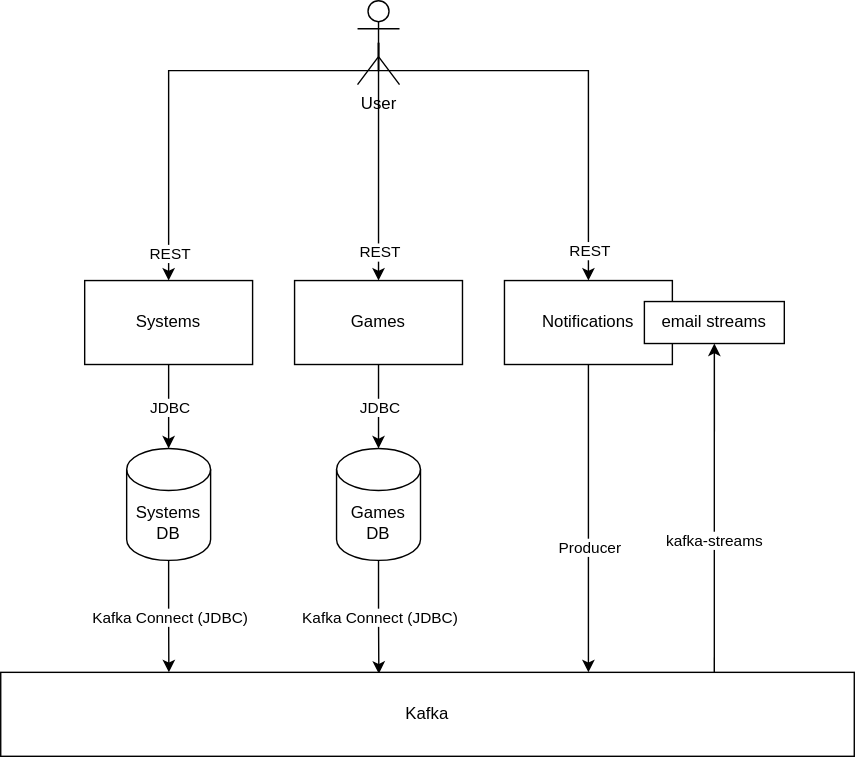
The draw.io diagram .docs/images/architecture.svg in icoffiel/kafka-game, before a commit. Source tidied: cells renumbered, new cells last; positions are measured from the earlier drawing's top-left corner, leaving out a move shared by most shapes.
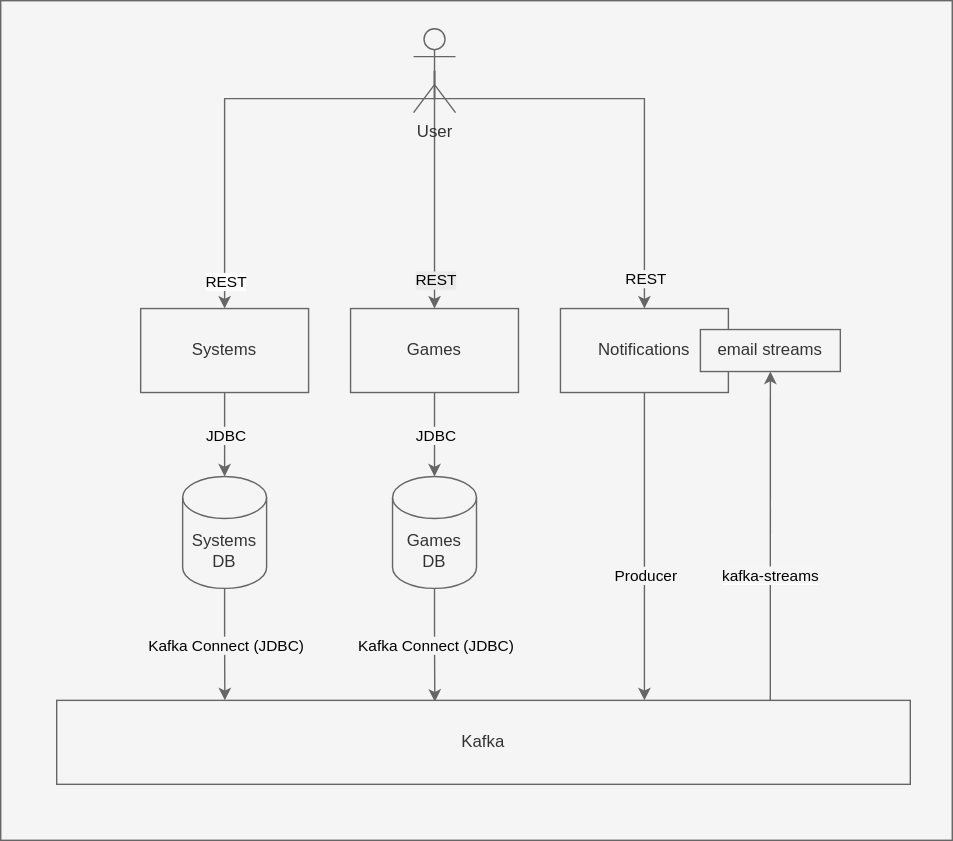
Above is the later version.

What changed in the source:
```diff
@@ -2,29 +2,32 @@
   <root>
     <mxCell id="0" />
     <mxCell id="1" parent="0" />
+    <mxCell id="28" style="rounded=0;whiteSpace=wrap;html=1;fillColor=#f5f5f5;strokeColor=#666666;glass=0;sketch=0;shadow=0;fillStyle=auto;fontColor=#333333;" parent="1" vertex="1">
+      <mxGeometry x="-40" y="-20" width="680" height="600" as="geometry" />
+    </mxCell>
-    <mxCell id="2" style="edgeStyle=orthogonalEdgeStyle;rounded=0;jettySize=auto;html=1;exitX=0.5;exitY=1;exitDx=0;exitDy=0;entryX=0.5;entryY=0;entryDx=0;entryDy=0;entryPerimeter=0;" parent="1" edge="1" source="4" target="7">
+    <mxCell id="2" style="edgeStyle=orthogonalEdgeStyle;rounded=0;jettySize=auto;html=1;exitX=0.5;exitY=1;exitDx=0;exitDy=0;entryX=0.5;entryY=0;entryDx=0;entryDy=0;entryPerimeter=0;labelBorderColor=none;fillColor=#f5f5f5;strokeColor=#666666;" parent="1" edge="1" source="4" target="7">
       <mxGeometry relative="1" as="geometry" />
     </mxCell>
-    <mxCell id="3" value="JDBC" style="edgeLabel;html=1;align=center;verticalAlign=middle;" parent="2" vertex="1">
+    <mxCell id="3" value="JDBC" style="edgeLabel;html=1;align=center;verticalAlign=middle;labelBorderColor=none;fontColor=#000000;labelBackgroundColor=#F5F5F5;" parent="2" vertex="1">
       <mxGeometry x="0.2" relative="1" as="geometry">
         <mxPoint y="-6" as="offset" />
       </mxGeometry>
     </mxCell>
-    <mxCell id="4" value="Systems" style="rounded=0;whiteSpace=wrap;html=1;" parent="1" vertex="1">
+    <mxCell id="4" value="Systems" style="rounded=0;whiteSpace=wrap;html=1;labelBorderColor=none;fillColor=#f5f5f5;fontColor=#333333;strokeColor=#666666;" parent="1" vertex="1">
       <mxGeometry x="60" y="200" width="120" height="60" as="geometry" />
     </mxCell>
-    <mxCell id="5" style="edgeStyle=orthogonalEdgeStyle;rounded=0;jettySize=auto;html=1;exitX=0.5;exitY=1;exitDx=0;exitDy=0;exitPerimeter=0;entryX=0.197;entryY=0;entryDx=0;entryDy=0;entryPerimeter=0;" parent="1" edge="1" source="7" target="19">
+    <mxCell id="5" style="edgeStyle=orthogonalEdgeStyle;rounded=0;jettySize=auto;html=1;exitX=0.5;exitY=1;exitDx=0;exitDy=0;exitPerimeter=0;entryX=0.197;entryY=0;entryDx=0;entryDy=0;entryPerimeter=0;labelBorderColor=none;fillColor=#f5f5f5;strokeColor=#666666;" parent="1" edge="1" source="7" target="19">
       <mxGeometry relative="1" as="geometry" />
     </mxCell>
-    <mxCell id="6" value="Kafka Connect (JDBC)" style="edgeLabel;html=1;align=center;verticalAlign=middle;" parent="5" vertex="1">
+    <mxCell id="6" value="Kafka Connect (JDBC)" style="edgeLabel;html=1;align=center;verticalAlign=middle;labelBorderColor=none;fontColor=#000000;labelBackgroundColor=#F5F5F5;" parent="5" vertex="1">
       <mxGeometry x="-0.09" relative="1" as="geometry">
         <mxPoint y="4" as="offset" />
       </mxGeometry>
     </mxCell>
-    <mxCell id="7" value="Systems DB" style="shape=cylinder3;whiteSpace=wrap;html=1;boundedLbl=1;backgroundOutline=1;size=15;" parent="1" vertex="1">
+    <mxCell id="7" value="Systems DB" style="shape=cylinder3;whiteSpace=wrap;html=1;boundedLbl=1;backgroundOutline=1;size=15;labelBorderColor=none;fillColor=#f5f5f5;fontColor=#333333;strokeColor=#666666;" parent="1" vertex="1">
       <mxGeometry x="90" y="320" width="60" height="80" as="geometry" />
     </mxCell>
-    <mxCell id="8" style="edgeStyle=orthogonalEdgeStyle;rounded=0;jettySize=auto;html=1;exitX=0.5;exitY=0.5;exitDx=0;exitDy=0;exitPerimeter=0;entryX=0.5;entryY=0;entryDx=0;entryDy=0;" parent="1" edge="1" source="12" target="4">
+    <mxCell id="8" style="edgeStyle=orthogonalEdgeStyle;rounded=0;jettySize=auto;html=1;exitX=0.5;exitY=0.5;exitDx=0;exitDy=0;exitPerimeter=0;entryX=0.5;entryY=0;entryDx=0;entryDy=0;labelBorderColor=none;fillColor=#f5f5f5;strokeColor=#666666;" parent="1" edge="1" source="12" target="4">
       <mxGeometry relative="1" as="geometry">
         <Array as="points">
           <mxPoint x="270" y="50" />
@@ -32,51 +35,51 @@
         </Array>
       </mxGeometry>
     </mxCell>
-    <mxCell id="9" value="REST" style="edgeLabel;html=1;align=center;verticalAlign=middle;" parent="8" vertex="1">
+    <mxCell id="9" value="REST" style="edgeLabel;html=1;align=center;verticalAlign=middle;labelBorderColor=none;fontColor=#000000;labelBackgroundColor=#FCFCFC;" parent="8" vertex="1">
       <mxGeometry x="0.36" y="-1" relative="1" as="geometry">
         <mxPoint x="1" y="82" as="offset" />
       </mxGeometry>
     </mxCell>
-    <mxCell id="10" style="edgeStyle=orthogonalEdgeStyle;rounded=0;jettySize=auto;html=1;exitX=0.5;exitY=0.5;exitDx=0;exitDy=0;exitPerimeter=0;" parent="1" edge="1" source="12" target="15">
+    <mxCell id="10" style="edgeStyle=orthogonalEdgeStyle;rounded=0;jettySize=auto;html=1;exitX=0.5;exitY=0.5;exitDx=0;exitDy=0;exitPerimeter=0;labelBorderColor=none;fillColor=#f5f5f5;strokeColor=#666666;" parent="1" edge="1" source="12" target="15">
       <mxGeometry relative="1" as="geometry" />
     </mxCell>
-    <mxCell id="11" value="REST" style="edgeLabel;html=1;align=center;verticalAlign=middle;" parent="10" vertex="1">
+    <mxCell id="11" value="REST" style="edgeLabel;html=1;align=center;verticalAlign=middle;labelBorderColor=none;fontColor=#000000;labelBackgroundColor=#EBEBEB;" parent="10" vertex="1">
       <mxGeometry x="0.38" y="-1" relative="1" as="geometry">
         <mxPoint x="1" y="31" as="offset" />
       </mxGeometry>
     </mxCell>
-    <mxCell id="12" value="User" style="shape=umlActor;verticalLabelPosition=bottom;verticalAlign=top;html=1;outlineConnect=0;" parent="1" vertex="1">
+    <mxCell id="12" value="User" style="shape=umlActor;verticalLabelPosition=bottom;verticalAlign=top;html=1;outlineConnect=0;labelBorderColor=none;fillColor=#f5f5f5;fontColor=#333333;strokeColor=#666666;" parent="1" vertex="1">
       <mxGeometry x="255" width="30" height="60" as="geometry" />
     </mxCell>
-    <mxCell id="13" style="edgeStyle=orthogonalEdgeStyle;rounded=0;jettySize=auto;html=1;exitX=0.5;exitY=1;exitDx=0;exitDy=0;entryX=0.5;entryY=0;entryDx=0;entryDy=0;entryPerimeter=0;" parent="1" edge="1" source="15" target="18">
+    <mxCell id="13" style="edgeStyle=orthogonalEdgeStyle;rounded=0;jettySize=auto;html=1;exitX=0.5;exitY=1;exitDx=0;exitDy=0;entryX=0.5;entryY=0;entryDx=0;entryDy=0;entryPerimeter=0;labelBorderColor=none;fillColor=#f5f5f5;strokeColor=#666666;" parent="1" edge="1" source="15" target="18">
       <mxGeometry relative="1" as="geometry" />
     </mxCell>
-    <mxCell id="14" value="JDBC" style="edgeLabel;html=1;align=center;verticalAlign=middle;" parent="13" vertex="1">
+    <mxCell id="14" value="JDBC" style="edgeLabel;html=1;align=center;verticalAlign=middle;labelBorderColor=none;fontColor=#000000;labelBackgroundColor=#F5F5F5;" parent="13" vertex="1">
       <mxGeometry x="0.26" relative="1" as="geometry">
         <mxPoint y="-8" as="offset" />
       </mxGeometry>
     </mxCell>
-    <mxCell id="15" value="Games" style="rounded=0;whiteSpace=wrap;html=1;" parent="1" vertex="1">
+    <mxCell id="15" value="Games" style="rounded=0;whiteSpace=wrap;html=1;labelBorderColor=none;fillColor=#f5f5f5;fontColor=#333333;strokeColor=#666666;" parent="1" vertex="1">
       <mxGeometry x="210" y="200" width="120" height="60" as="geometry" />
     </mxCell>
-    <mxCell id="16" style="edgeStyle=orthogonalEdgeStyle;rounded=0;jettySize=auto;html=1;exitX=0.5;exitY=1;exitDx=0;exitDy=0;exitPerimeter=0;entryX=0.443;entryY=0.017;entryDx=0;entryDy=0;entryPerimeter=0;" parent="1" edge="1" source="18" target="19">
+    <mxCell id="16" style="edgeStyle=orthogonalEdgeStyle;rounded=0;jettySize=auto;html=1;exitX=0.5;exitY=1;exitDx=0;exitDy=0;exitPerimeter=0;entryX=0.443;entryY=0.017;entryDx=0;entryDy=0;entryPerimeter=0;labelBorderColor=none;fillColor=#f5f5f5;strokeColor=#666666;" parent="1" edge="1" source="18" target="19">
       <mxGeometry relative="1" as="geometry" />
     </mxCell>
-    <mxCell id="17" value="Kafka Connect (JDBC)" style="edgeLabel;html=1;align=center;verticalAlign=middle;" parent="16" vertex="1">
+    <mxCell id="17" value="Kafka Connect (JDBC)" style="edgeLabel;html=1;align=center;verticalAlign=middle;labelBorderColor=none;fontColor=#000000;labelBackgroundColor=#F5F5F5;" parent="16" vertex="1">
       <mxGeometry x="0.13" y="-1" relative="1" as="geometry">
         <mxPoint x="1" y="-5" as="offset" />
       </mxGeometry>
     </mxCell>
-    <mxCell id="18" value="Games DB" style="shape=cylinder3;whiteSpace=wrap;html=1;boundedLbl=1;backgroundOutline=1;size=15;" parent="1" vertex="1">
+    <mxCell id="18" value="Games DB" style="shape=cylinder3;whiteSpace=wrap;html=1;boundedLbl=1;backgroundOutline=1;size=15;labelBorderColor=none;fillColor=#f5f5f5;fontColor=#333333;strokeColor=#666666;" parent="1" vertex="1">
       <mxGeometry x="240" y="320" width="60" height="80" as="geometry" />
     </mxCell>
-    <mxCell id="19" value="Kafka" style="rounded=0;whiteSpace=wrap;html=1;" parent="1" vertex="1">
+    <mxCell id="19" value="Kafka" style="rounded=0;whiteSpace=wrap;html=1;labelBorderColor=none;fillColor=#f5f5f5;fontColor=#333333;strokeColor=#666666;" parent="1" vertex="1">
       <mxGeometry y="480" width="610" height="60" as="geometry" />
     </mxCell>
-    <mxCell id="20" value="Notifications" style="rounded=0;whiteSpace=wrap;html=1;" parent="1" vertex="1">
+    <mxCell id="20" value="Notifications" style="rounded=0;whiteSpace=wrap;html=1;labelBorderColor=none;fillColor=#f5f5f5;fontColor=#333333;strokeColor=#666666;" parent="1" vertex="1">
       <mxGeometry x="360" y="200" width="120" height="60" as="geometry" />
     </mxCell>
-    <mxCell id="21" style="edgeStyle=orthogonalEdgeStyle;rounded=0;jettySize=auto;html=1;exitX=0.5;exitY=0.5;exitDx=0;exitDy=0;exitPerimeter=0;entryX=0.5;entryY=0;entryDx=0;entryDy=0;" parent="1" edge="1" source="12" target="20">
+    <mxCell id="21" style="edgeStyle=orthogonalEdgeStyle;rounded=0;jettySize=auto;html=1;exitX=0.5;exitY=0.5;exitDx=0;exitDy=0;exitPerimeter=0;entryX=0.5;entryY=0;entryDx=0;entryDy=0;labelBorderColor=none;fillColor=#f5f5f5;strokeColor=#666666;" parent="1" edge="1" source="12" target="20">
       <mxGeometry relative="1" as="geometry">
         <Array as="points">
           <mxPoint x="270" y="50" />
@@ -84,12 +87,12 @@
         </Array>
       </mxGeometry>
     </mxCell>
-    <mxCell id="22" value="REST" style="edgeLabel;html=1;align=center;verticalAlign=middle;" parent="21" vertex="1">
+    <mxCell id="22" value="REST" style="edgeLabel;html=1;align=center;verticalAlign=middle;labelBorderColor=none;fontColor=#030303;labelBackgroundColor=#F5F5F5;" parent="21" vertex="1">
       <mxGeometry x="0.38" y="-1" relative="1" as="geometry">
         <mxPoint x="1" y="77" as="offset" />
       </mxGeometry>
     </mxCell>
-    <mxCell id="23" style="edgeStyle=orthogonalEdgeStyle;rounded=0;jettySize=auto;html=1;exitX=0.5;exitY=1;exitDx=0;exitDy=0;" parent="1" edge="1" source="20" target="19">
+    <mxCell id="23" style="edgeStyle=orthogonalEdgeStyle;rounded=0;jettySize=auto;html=1;exitX=0.5;exitY=1;exitDx=0;exitDy=0;labelBorderColor=none;fillColor=#f5f5f5;strokeColor=#666666;" parent="1" edge="1" source="20" target="19">
       <mxGeometry relative="1" as="geometry">
         <Array as="points">
           <mxPoint x="420" y="420" />
@@ -97,18 +100,20 @@
         </Array>
       </mxGeometry>
     </mxCell>
-    <mxCell id="24" value="Producer" style="edgeLabel;html=1;align=center;verticalAlign=middle;" parent="23" vertex="1">
+    <mxCell id="24" value="Producer" style="edgeLabel;html=1;align=center;verticalAlign=middle;labelBorderColor=none;fontColor=#000000;labelBackgroundColor=#F5F5F5;" parent="23" vertex="1">
       <mxGeometry x="0.26" relative="1" as="geometry">
         <mxPoint y="-8" as="offset" />
       </mxGeometry>
     </mxCell>
-    <mxCell id="25" style="edgeStyle=orthogonalEdgeStyle;rounded=0;jettySize=auto;html=1;exitX=0.5;exitY=1;exitDx=0;exitDy=0;entryX=0.836;entryY=0;entryDx=0;entryDy=0;entryPerimeter=0;startArrow=classic;startFill=1;endArrow=none;endFill=0;" parent="1" edge="1" source="27" target="19">
+    <mxCell id="25" style="edgeStyle=orthogonalEdgeStyle;rounded=0;jettySize=auto;html=1;exitX=0.5;exitY=1;exitDx=0;exitDy=0;entryX=0.836;entryY=0;entryDx=0;entryDy=0;entryPerimeter=0;startArrow=classic;startFill=1;endArrow=none;endFill=0;labelBorderColor=none;fillColor=#f5f5f5;strokeColor=#666666;" parent="1" edge="1" source="27" target="19">
       <mxGeometry relative="1" as="geometry" />
     </mxCell>
-    <mxCell id="26" value="kafka-streams" style="edgeLabel;html=1;align=center;verticalAlign=middle;" parent="25" vertex="1">
-      <mxGeometry x="0.2" relative="1" as="geometry" />
+    <mxCell id="26" value="&lt;font style=&quot;background-color: rgb(245, 245, 245);&quot; color=&quot;#000000&quot;&gt;kafka-streams&lt;/font&gt;" style="edgeLabel;html=1;align=center;verticalAlign=middle;labelBorderColor=none;" parent="25" vertex="1">
+      <mxGeometry x="0.2" relative="1" as="geometry">
+        <mxPoint y="5" as="offset" />
+      </mxGeometry>
     </mxCell>
-    <mxCell id="27" value="email streams" style="rounded=0;whiteSpace=wrap;html=1;" parent="1" vertex="1">
+    <mxCell id="27" value="email streams" style="rounded=0;whiteSpace=wrap;html=1;labelBorderColor=none;fillColor=#f5f5f5;fontColor=#333333;strokeColor=#666666;" parent="1" vertex="1">
       <mxGeometry x="460" y="215" width="100" height="30" as="geometry" />
     </mxCell>
   </root>
```
